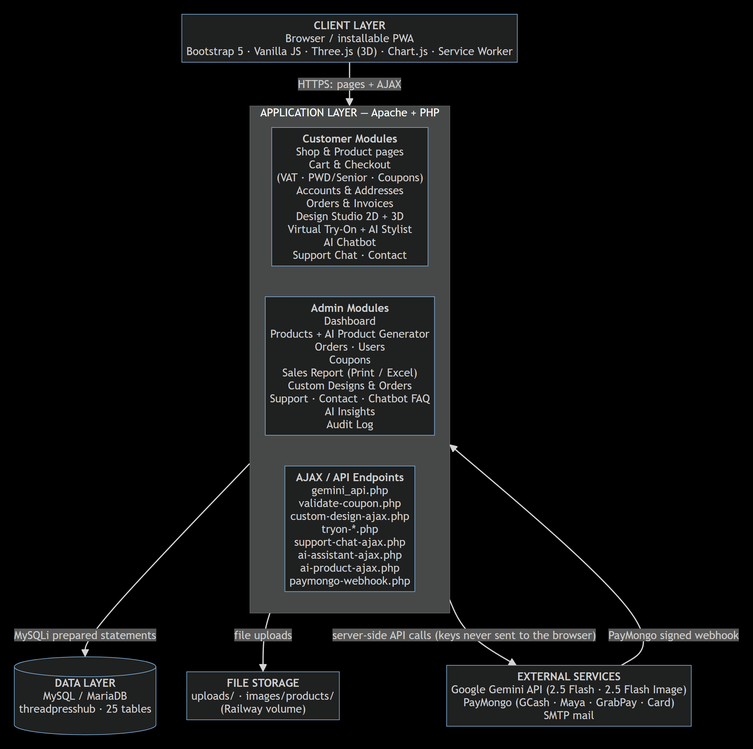
kurooo-san/THREAD-AND-PRESS-HUB keeps this Mermaid diagram as docs/system-architecture/sytem archi.png. Above is the earlier version. Its source is kept beside it as docs/system-architecture/sytem archi.mmd.
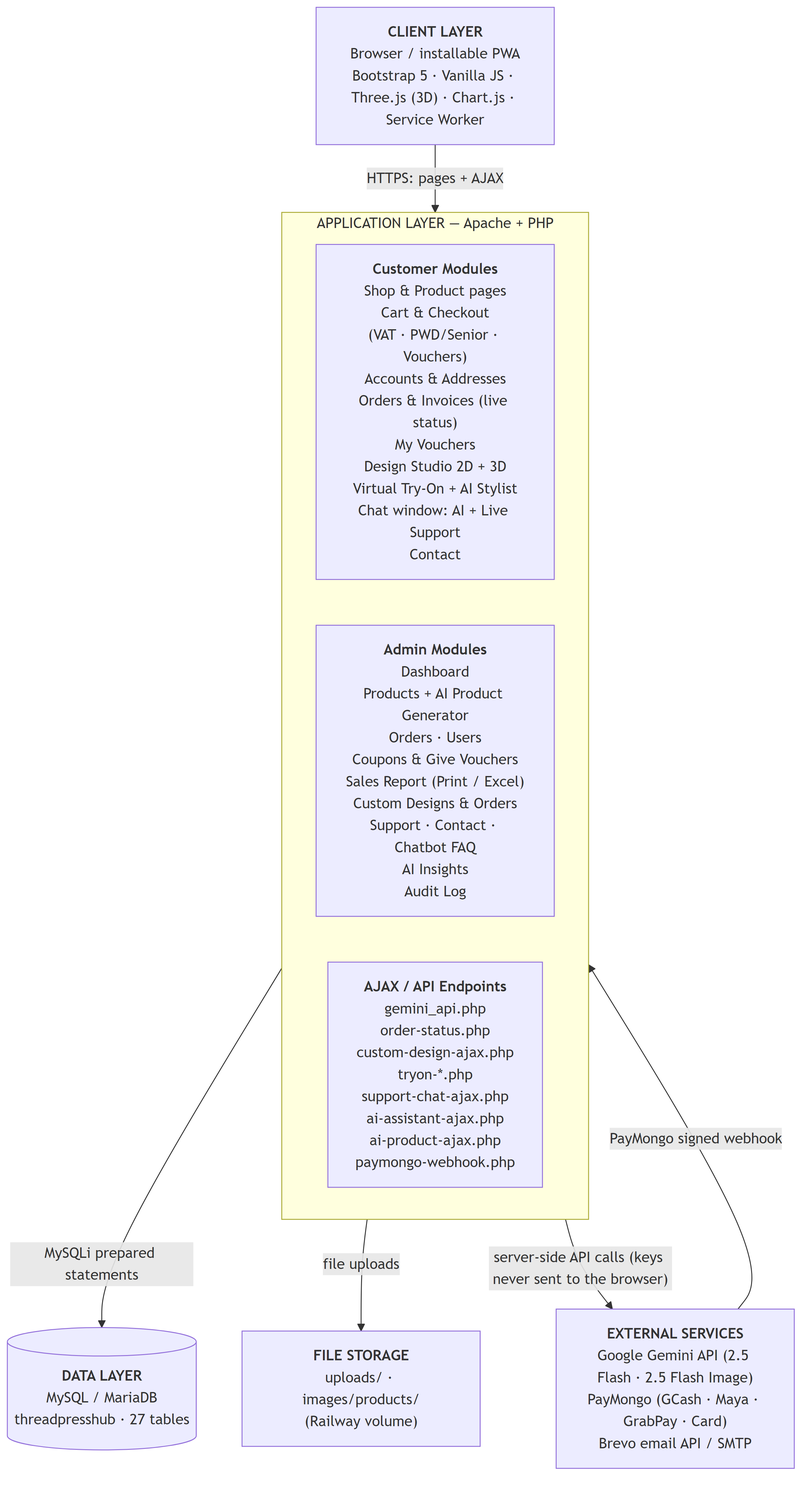
After the change.

The edit, as a diff of the source:
```diff
@@ -3,14 +3,14 @@
 
     subgraph AL["APPLICATION LAYER — Apache + PHP"]
         direction LR
-        PUB["<b>Customer Modules</b><br/>Shop & Product pages<br/>Cart & Checkout<br/>(VAT · PWD/Senior · Coupons)<br/>Accounts & Addresses<br/>Orders & Invoices<br/>Design Studio 2D + 3D<br/>Virtual Try-On + AI Stylist<br/>AI Chatbot<br/>Support Chat · Contact"]
-        ADM["<b>Admin Modules</b><br/>Dashboard<br/>Products + AI Product Generator<br/>Orders · Users<br/>Coupons<br/>Sales Report (Print / Excel)<br/>Custom Designs & Orders<br/>Support · Contact · Chatbot FAQ<br/>AI Insights<br/>Audit Log"]
-        API["<b>AJAX / API Endpoints</b><br/>gemini_api.php<br/>validate-coupon.php<br/>custom-design-ajax.php<br/>tryon-*.php<br/>support-chat-ajax.php<br/>ai-assistant-ajax.php<br/>ai-product-ajax.php<br/>paymongo-webhook.php"]
+        PUB["<b>Customer Modules</b><br/>Shop & Product pages<br/>Cart & Checkout<br/>(VAT · PWD/Senior · Vouchers)<br/>Accounts & Addresses<br/>Orders & Invoices (live status)<br/>My Vouchers<br/>Design Studio 2D + 3D<br/>Virtual Try-On + AI Stylist<br/>Chat window: AI + Live Support<br/>Contact"]
+        ADM["<b>Admin Modules</b><br/>Dashboard<br/>Products + AI Product Generator<br/>Orders · Users<br/>Coupons & Give Vouchers<br/>Sales Report (Print / Excel)<br/>Custom Designs & Orders<br/>Support · Contact · Chatbot FAQ<br/>AI Insights<br/>Audit Log"]
+        API["<b>AJAX / API Endpoints</b><br/>gemini_api.php<br/>order-status.php<br/>custom-design-ajax.php<br/>tryon-*.php<br/>support-chat-ajax.php<br/>ai-assistant-ajax.php<br/>ai-product-ajax.php<br/>paymongo-webhook.php"]
     end
 
-    DB[("<b>DATA LAYER</b><br/>MySQL / MariaDB<br/>threadpresshub · 25 tables")]
+    DB[("<b>DATA LAYER</b><br/>MySQL / MariaDB<br/>threadpresshub · 27 tables")]
     FS["<b>FILE STORAGE</b><br/>uploads/ · images/products/<br/>(Railway volume)"]
-    EX["<b>EXTERNAL SERVICES</b><br/>Google Gemini API (2.5 Flash · 2.5 Flash Image)<br/>PayMongo (GCash · Maya · GrabPay · Card)<br/>SMTP mail"]
+    EX["<b>EXTERNAL SERVICES</b><br/>Google Gemini API (2.5 Flash · 2.5 Flash Image)<br/>PayMongo (GCash · Maya · GrabPay · Card)<br/>Brevo email API / SMTP"]
 
     CL -- "HTTPS: pages + AJAX" --> AL
     AL -- "MySQLi prepared statements" --> DB
```
